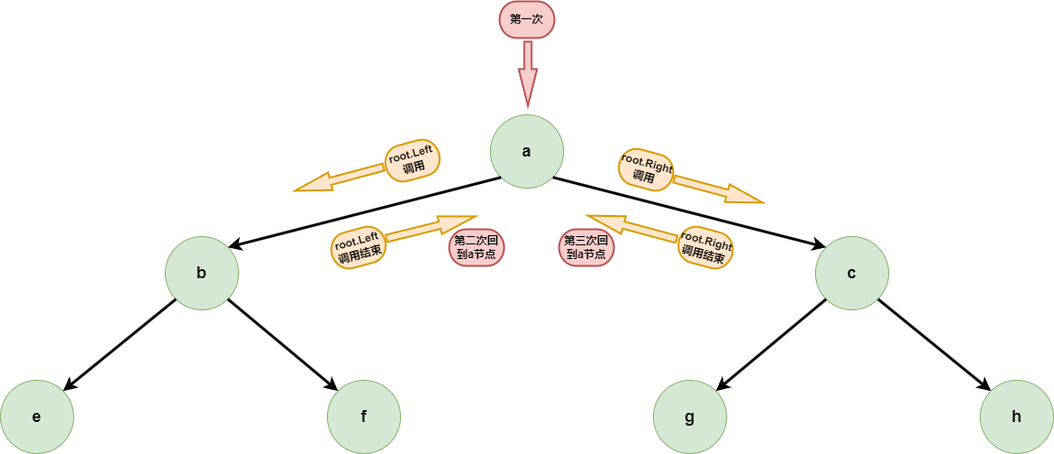
muxicode/c153080686 keeps this draw.io diagram as algrithem/g1_data_struct_binary_tree_1_recursive_traversal4.drawio.png. Above is the earlier version. Source tidied: cells renumbered, new cells last; positions are measured from the earlier drawing's top-left corner, leaving out a move shared by most shapes.
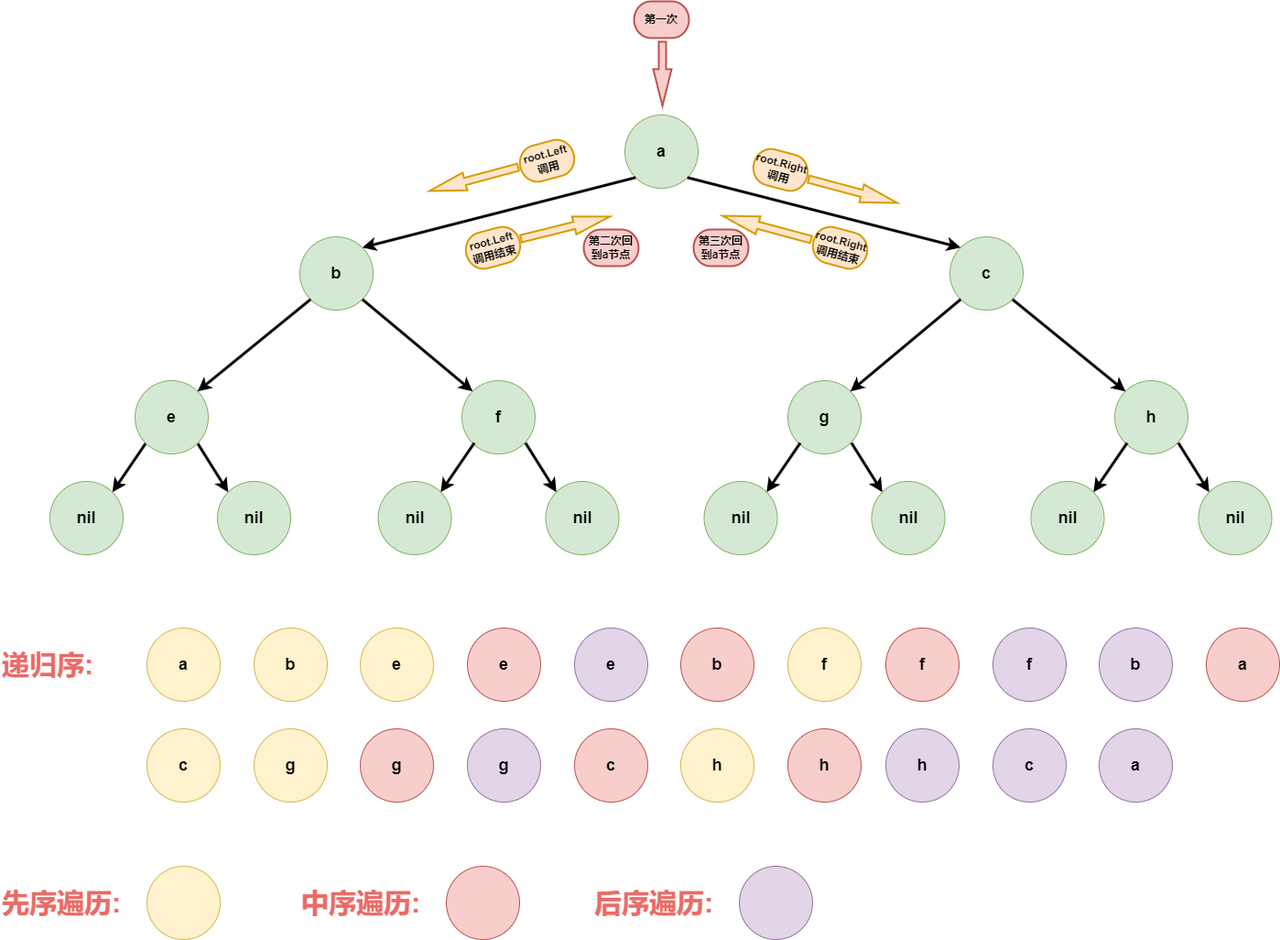
After the change.

Change to the diagram source:
```diff
@@ -26,6 +26,12 @@
     <mxCell id="9" style="rounded=0;jettySize=auto;html=1;exitX=1;exitY=1;exitDx=0;exitDy=0;entryX=0;entryY=0;entryDx=0;entryDy=0;strokeWidth=3;" parent="1" edge="1" source="5" target="8">
       <mxGeometry relative="1" as="geometry" />
     </mxCell>
+    <mxCell id="27" style="rounded=0;jettySize=auto;html=1;exitX=0;exitY=1;exitDx=0;exitDy=0;entryX=1;entryY=0;entryDx=0;entryDy=0;strokeWidth=3;" parent="1" edge="1" source="10" target="29">
+      <mxGeometry relative="1" as="geometry" />
+    </mxCell>
+    <mxCell id="28" style="rounded=0;jettySize=auto;html=1;exitX=1;exitY=1;exitDx=0;exitDy=0;entryX=0;entryY=0;entryDx=0;entryDy=0;strokeWidth=3;" parent="1" edge="1" source="10" target="30">
+      <mxGeometry relative="1" as="geometry" />
+    </mxCell>
     <mxCell id="10" value="&lt;span style=&quot;font-size: 18px;&quot;&gt;&lt;b&gt;e&lt;/b&gt;&lt;br style=&quot;font-size: 18px;&quot;&gt;&lt;/span&gt;" style="ellipse;whiteSpace=wrap;html=1;fillColor=#d5e8d4;strokeColor=#82b366;fontSize=18;" parent="1" vertex="1">
       <mxGeometry y="414" width="80" height="80" as="geometry" />
     </mxCell>
@@ -77,5 +83,158 @@
     <mxCell id="26" value="第三次回到a节点" style="strokeWidth=2;html=1;shape=mxgraph.flowchart.terminator;whiteSpace=wrap;fillColor=#f8cecc;strokeColor=#b85450;fontStyle=1;" parent="1" vertex="1">
       <mxGeometry x="610" y="249" width="60" height="40" as="geometry" />
     </mxCell>
+    <mxCell id="29" value="&lt;span style=&quot;font-size: 18px;&quot;&gt;&lt;b&gt;nil&lt;/b&gt;&lt;br style=&quot;font-size: 18px;&quot;&gt;&lt;/span&gt;" style="ellipse;whiteSpace=wrap;html=1;fillColor=#d5e8d4;strokeColor=#82b366;fontSize=18;" parent="1" vertex="1">
+      <mxGeometry x="-93" y="524" width="80" height="80" as="geometry" />
+    </mxCell>
+    <mxCell id="30" value="&lt;span style=&quot;font-size: 18px;&quot;&gt;&lt;b&gt;nil&lt;/b&gt;&lt;br style=&quot;font-size: 18px;&quot;&gt;&lt;/span&gt;" style="ellipse;whiteSpace=wrap;html=1;fillColor=#d5e8d4;strokeColor=#82b366;fontSize=18;" parent="1" vertex="1">
+      <mxGeometry x="90" y="524" width="80" height="80" as="geometry" />
+    </mxCell>
+    <mxCell id="31" style="rounded=0;jettySize=auto;html=1;exitX=0;exitY=1;exitDx=0;exitDy=0;entryX=1;entryY=0;entryDx=0;entryDy=0;strokeWidth=3;" parent="1" edge="1" target="33">
+      <mxGeometry relative="1" as="geometry">
+        <mxPoint x="370.5" y="482" as="sourcePoint" />
+      </mxGeometry>
+    </mxCell>
+    <mxCell id="32" style="rounded=0;jettySize=auto;html=1;exitX=1;exitY=1;exitDx=0;exitDy=0;entryX=0;entryY=0;entryDx=0;entryDy=0;strokeWidth=3;" parent="1" edge="1" target="34">
+      <mxGeometry relative="1" as="geometry">
+        <mxPoint x="426.5" y="482" as="sourcePoint" />
+      </mxGeometry>
+    </mxCell>
+    <mxCell id="33" value="&lt;span style=&quot;font-size: 18px;&quot;&gt;&lt;b&gt;nil&lt;/b&gt;&lt;br style=&quot;font-size: 18px;&quot;&gt;&lt;/span&gt;" style="ellipse;whiteSpace=wrap;html=1;fillColor=#d5e8d4;strokeColor=#82b366;fontSize=18;" parent="1" vertex="1">
+      <mxGeometry x="265.5" y="524" width="80" height="80" as="geometry" />
+    </mxCell>
+    <mxCell id="34" value="&lt;span style=&quot;font-size: 18px;&quot;&gt;&lt;b&gt;nil&lt;/b&gt;&lt;br style=&quot;font-size: 18px;&quot;&gt;&lt;/span&gt;" style="ellipse;whiteSpace=wrap;html=1;fillColor=#d5e8d4;strokeColor=#82b366;fontSize=18;" parent="1" vertex="1">
+      <mxGeometry x="448.5" y="524" width="80" height="80" as="geometry" />
+    </mxCell>
+    <mxCell id="35" style="rounded=0;jettySize=auto;html=1;exitX=0;exitY=1;exitDx=0;exitDy=0;entryX=1;entryY=0;entryDx=0;entryDy=0;strokeWidth=3;" parent="1" edge="1" target="37">
+      <mxGeometry relative="1" as="geometry">
+        <mxPoint x="726.5" y="482" as="sourcePoint" />
+      </mxGeometry>
+    </mxCell>
+    <mxCell id="36" style="rounded=0;jettySize=auto;html=1;exitX=1;exitY=1;exitDx=0;exitDy=0;entryX=0;entryY=0;entryDx=0;entryDy=0;strokeWidth=3;" parent="1" edge="1" target="38">
+      <mxGeometry relative="1" as="geometry">
+        <mxPoint x="782.5" y="482" as="sourcePoint" />
+      </mxGeometry>
+    </mxCell>
+    <mxCell id="37" value="&lt;span style=&quot;font-size: 18px;&quot;&gt;&lt;b&gt;nil&lt;/b&gt;&lt;br style=&quot;font-size: 18px;&quot;&gt;&lt;/span&gt;" style="ellipse;whiteSpace=wrap;html=1;fillColor=#d5e8d4;strokeColor=#82b366;fontSize=18;" parent="1" vertex="1">
+      <mxGeometry x="621.5" y="524" width="80" height="80" as="geometry" />
+    </mxCell>
+    <mxCell id="38" value="&lt;span style=&quot;font-size: 18px;&quot;&gt;&lt;b&gt;nil&lt;/b&gt;&lt;br style=&quot;font-size: 18px;&quot;&gt;&lt;/span&gt;" style="ellipse;whiteSpace=wrap;html=1;fillColor=#d5e8d4;strokeColor=#82b366;fontSize=18;" parent="1" vertex="1">
+      <mxGeometry x="804.5" y="524" width="80" height="80" as="geometry" />
+    </mxCell>
+    <mxCell id="39" style="rounded=0;jettySize=auto;html=1;exitX=0;exitY=1;exitDx=0;exitDy=0;entryX=1;entryY=0;entryDx=0;entryDy=0;strokeWidth=3;" parent="1" edge="1" target="41">
+      <mxGeometry relative="1" as="geometry">
+        <mxPoint x="1083.5" y="482" as="sourcePoint" />
+      </mxGeometry>
+    </mxCell>
+    <mxCell id="40" style="rounded=0;jettySize=auto;html=1;exitX=1;exitY=1;exitDx=0;exitDy=0;entryX=0;entryY=0;entryDx=0;entryDy=0;strokeWidth=3;" parent="1" edge="1" target="42">
+      <mxGeometry relative="1" as="geometry">
+        <mxPoint x="1139.5" y="482" as="sourcePoint" />
+      </mxGeometry>
+    </mxCell>
+    <mxCell id="41" value="&lt;span style=&quot;font-size: 18px;&quot;&gt;&lt;b&gt;nil&lt;/b&gt;&lt;br style=&quot;font-size: 18px;&quot;&gt;&lt;/span&gt;" style="ellipse;whiteSpace=wrap;html=1;fillColor=#d5e8d4;strokeColor=#82b366;fontSize=18;" parent="1" vertex="1">
+      <mxGeometry x="978.5" y="524" width="80" height="80" as="geometry" />
+    </mxCell>
+    <mxCell id="42" value="&lt;span style=&quot;font-size: 18px;&quot;&gt;&lt;b&gt;nil&lt;/b&gt;&lt;br style=&quot;font-size: 18px;&quot;&gt;&lt;/span&gt;" style="ellipse;whiteSpace=wrap;html=1;fillColor=#d5e8d4;strokeColor=#82b366;fontSize=18;" parent="1" vertex="1">
+      <mxGeometry x="1161.5" y="524" width="80" height="80" as="geometry" />
+    </mxCell>
+    <mxCell id="43" style="group;" parent="1" vertex="1">
+      <mxGeometry x="-147" y="684" width="1397" height="190" as="geometry" />
+    </mxCell>
+    <mxCell id="44" value="&lt;font size=&quot;1&quot; color=&quot;#ea6b66&quot; style=&quot;&quot;&gt;&lt;b style=&quot;font-size: 30px;&quot;&gt;递归序:&amp;nbsp;&amp;nbsp;&lt;/b&gt;&lt;/font&gt;" style="text;html=1;align=left;verticalAlign=middle;strokeColor=none;fillColor=none;fontSize=18;" parent="43" vertex="1">
+      <mxGeometry y="15" width="140" height="50" as="geometry" />
+    </mxCell>
+    <mxCell id="45" value="&lt;span style=&quot;font-size: 18px;&quot;&gt;&lt;b&gt;a&lt;/b&gt;&lt;br style=&quot;font-size: 18px;&quot;&gt;&lt;/span&gt;" style="ellipse;whiteSpace=wrap;html=1;fillColor=#fff2cc;strokeColor=#d6b656;fontSize=18;" parent="43" vertex="1">
+      <mxGeometry x="160" width="80" height="80" as="geometry" />
+    </mxCell>
+    <mxCell id="46" value="&lt;span style=&quot;font-size: 18px;&quot;&gt;&lt;b&gt;b&lt;/b&gt;&lt;br style=&quot;font-size: 18px;&quot;&gt;&lt;/span&gt;" style="ellipse;whiteSpace=wrap;html=1;fillColor=#fff2cc;strokeColor=#d6b656;fontSize=18;" parent="43" vertex="1">
+      <mxGeometry x="277" width="80" height="80" as="geometry" />
+    </mxCell>
+    <mxCell id="47" value="&lt;span style=&quot;font-size: 18px;&quot;&gt;&lt;b&gt;e&lt;/b&gt;&lt;br style=&quot;font-size: 18px;&quot;&gt;&lt;/span&gt;" style="ellipse;whiteSpace=wrap;html=1;fillColor=#fff2cc;strokeColor=#d6b656;fontSize=18;" parent="43" vertex="1">
+      <mxGeometry x="393" width="80" height="80" as="geometry" />
+    </mxCell>
+    <mxCell id="48" value="&lt;span style=&quot;font-size: 18px;&quot;&gt;&lt;b&gt;e&lt;/b&gt;&lt;br style=&quot;font-size: 18px;&quot;&gt;&lt;/span&gt;" style="ellipse;whiteSpace=wrap;html=1;fillColor=#f8cecc;strokeColor=#b85450;fontSize=18;" parent="43" vertex="1">
+      <mxGeometry x="510" width="80" height="80" as="geometry" />
+    </mxCell>
+    <mxCell id="49" value="&lt;span style=&quot;font-size: 18px;&quot;&gt;&lt;b&gt;e&lt;/b&gt;&lt;br style=&quot;font-size: 18px;&quot;&gt;&lt;/span&gt;" style="ellipse;whiteSpace=wrap;html=1;fillColor=#e1d5e7;strokeColor=#9673a6;fontSize=18;" parent="43" vertex="1">
+      <mxGeometry x="627" width="80" height="80" as="geometry" />
+    </mxCell>
+    <mxCell id="50" value="&lt;span style=&quot;font-size: 18px;&quot;&gt;&lt;b&gt;b&lt;/b&gt;&lt;br style=&quot;font-size: 18px;&quot;&gt;&lt;/span&gt;" style="ellipse;whiteSpace=wrap;html=1;fillColor=#f8cecc;strokeColor=#b85450;fontSize=18;" parent="43" vertex="1">
+      <mxGeometry x="743" width="80" height="80" as="geometry" />
+    </mxCell>
+    <mxCell id="51" value="&lt;span style=&quot;font-size: 18px;&quot;&gt;&lt;b&gt;f&lt;/b&gt;&lt;br style=&quot;font-size: 18px;&quot;&gt;&lt;/span&gt;" style="ellipse;whiteSpace=wrap;html=1;fillColor=#fff2cc;strokeColor=#d6b656;fontSize=18;" parent="43" vertex="1">
+      <mxGeometry x="860" width="80" height="80" as="geometry" />
+    </mxCell>
+    <mxCell id="52" value="&lt;span style=&quot;font-size: 18px;&quot;&gt;&lt;b&gt;f&lt;/b&gt;&lt;br style=&quot;font-size: 18px;&quot;&gt;&lt;/span&gt;" style="ellipse;whiteSpace=wrap;html=1;fillColor=#f8cecc;strokeColor=#b85450;fontSize=18;" parent="43" vertex="1">
+      <mxGeometry x="967" width="80" height="80" as="geometry" />
+    </mxCell>
+    <mxCell id="53" value="&lt;span style=&quot;font-size: 18px;&quot;&gt;&lt;b&gt;f&lt;/b&gt;&lt;br style=&quot;font-size: 18px;&quot;&gt;&lt;/span&gt;" style="ellipse;whiteSpace=wrap;html=1;fillColor=#e1d5e7;strokeColor=#9673a6;fontSize=18;" parent="43" vertex="1">
+      <mxGeometry x="1084" width="80" height="80" as="geometry" />
+    </mxCell>
+    <mxCell id="54" value="&lt;span style=&quot;font-size: 18px;&quot;&gt;&lt;b&gt;b&lt;/b&gt;&lt;br style=&quot;font-size: 18px;&quot;&gt;&lt;/span&gt;" style="ellipse;whiteSpace=wrap;html=1;fillColor=#e1d5e7;strokeColor=#9673a6;fontSize=18;" parent="43" vertex="1">
+      <mxGeometry x="1200" width="80" height="80" as="geometry" />
+    </mxCell>
+    <mxCell id="55" value="&lt;span style=&quot;font-size: 18px;&quot;&gt;&lt;b&gt;a&lt;/b&gt;&lt;br style=&quot;font-size: 18px;&quot;&gt;&lt;/span&gt;" style="ellipse;whiteSpace=wrap;html=1;fillColor=#f8cecc;strokeColor=#b85450;fontSize=18;" parent="43" vertex="1">
+      <mxGeometry x="1317" width="80" height="80" as="geometry" />
+    </mxCell>
+    <mxCell id="56" value="&lt;span style=&quot;font-size: 18px;&quot;&gt;&lt;b&gt;c&lt;/b&gt;&lt;br style=&quot;font-size: 18px;&quot;&gt;&lt;/span&gt;" style="ellipse;whiteSpace=wrap;html=1;fillColor=#fff2cc;strokeColor=#d6b656;fontSize=18;" parent="43" vertex="1">
+      <mxGeometry x="160" y="110" width="80" height="80" as="geometry" />
+    </mxCell>
+    <mxCell id="57" value="&lt;span style=&quot;font-size: 18px;&quot;&gt;&lt;b&gt;g&lt;/b&gt;&lt;br style=&quot;font-size: 18px;&quot;&gt;&lt;/span&gt;" style="ellipse;whiteSpace=wrap;html=1;fillColor=#fff2cc;strokeColor=#d6b656;fontSize=18;" parent="43" vertex="1">
+      <mxGeometry x="277" y="110" width="80" height="80" as="geometry" />
+    </mxCell>
+    <mxCell id="58" value="&lt;span style=&quot;font-size: 18px;&quot;&gt;&lt;b&gt;g&lt;/b&gt;&lt;br style=&quot;font-size: 18px;&quot;&gt;&lt;/span&gt;" style="ellipse;whiteSpace=wrap;html=1;fillColor=#f8cecc;strokeColor=#b85450;fontSize=18;" parent="43" vertex="1">
+      <mxGeometry x="393" y="110" width="80" height="80" as="geometry" />
+    </mxCell>
+    <mxCell id="59" value="&lt;span style=&quot;font-size: 18px;&quot;&gt;&lt;b&gt;g&lt;/b&gt;&lt;br style=&quot;font-size: 18px;&quot;&gt;&lt;/span&gt;" style="ellipse;whiteSpace=wrap;html=1;fillColor=#e1d5e7;strokeColor=#9673a6;fontSize=18;" parent="43" vertex="1">
+      <mxGeometry x="510" y="110" width="80" height="80" as="geometry" />
+    </mxCell>
+    <mxCell id="60" value="&lt;span style=&quot;font-size: 18px;&quot;&gt;&lt;b&gt;c&lt;/b&gt;&lt;br style=&quot;font-size: 18px;&quot;&gt;&lt;/span&gt;" style="ellipse;whiteSpace=wrap;html=1;fillColor=#f8cecc;strokeColor=#b85450;fontSize=18;" parent="43" vertex="1">
+      <mxGeometry x="627" y="110" width="80" height="80" as="geometry" />
+    </mxCell>
+    <mxCell id="61" value="&lt;span style=&quot;font-size: 18px;&quot;&gt;&lt;b&gt;h&lt;/b&gt;&lt;br style=&quot;font-size: 18px;&quot;&gt;&lt;/span&gt;" style="ellipse;whiteSpace=wrap;html=1;fillColor=#fff2cc;strokeColor=#d6b656;fontSize=18;" parent="43" vertex="1">
+      <mxGeometry x="743" y="110" width="80" height="80" as="geometry" />
+    </mxCell>
+    <mxCell id="62" value="&lt;span style=&quot;font-size: 18px;&quot;&gt;&lt;b&gt;h&lt;/b&gt;&lt;br style=&quot;font-size: 18px;&quot;&gt;&lt;/span&gt;" style="ellipse;whiteSpace=wrap;html=1;fillColor=#f8cecc;strokeColor=#b85450;fontSize=18;" parent="43" vertex="1">
+      <mxGeometry x="860" y="110" width="80" height="80" as="geometry" />
+    </mxCell>
+    <mxCell id="63" value="&lt;span style=&quot;font-size: 18px;&quot;&gt;&lt;b&gt;h&lt;/b&gt;&lt;br style=&quot;font-size: 18px;&quot;&gt;&lt;/span&gt;" style="ellipse;whiteSpace=wrap;html=1;fillColor=#e1d5e7;strokeColor=#9673a6;fontSize=18;" parent="43" vertex="1">
+      <mxGeometry x="967" y="110" width="80" height="80" as="geometry" />
+    </mxCell>
+    <mxCell id="64" value="&lt;span style=&quot;font-size: 18px;&quot;&gt;&lt;b&gt;c&lt;/b&gt;&lt;br style=&quot;font-size: 18px;&quot;&gt;&lt;/span&gt;" style="ellipse;whiteSpace=wrap;html=1;fillColor=#e1d5e7;strokeColor=#9673a6;fontSize=18;" parent="43" vertex="1">
+      <mxGeometry x="1084" y="110" width="80" height="80" as="geometry" />
+    </mxCell>
+    <mxCell id="65" value="&lt;span style=&quot;font-size: 18px;&quot;&gt;&lt;b&gt;a&lt;/b&gt;&lt;br style=&quot;font-size: 18px;&quot;&gt;&lt;/span&gt;" style="ellipse;whiteSpace=wrap;html=1;fillColor=#e1d5e7;strokeColor=#9673a6;fontSize=18;" parent="43" vertex="1">
+      <mxGeometry x="1200" y="110" width="80" height="80" as="geometry" />
+    </mxCell>
+    <mxCell id="66" style="group;" parent="1" vertex="1">
+      <mxGeometry x="-147" y="944" width="887" height="80" as="geometry" />
+    </mxCell>
+    <mxCell id="67" style="group;" parent="66" vertex="1">
+      <mxGeometry width="240" height="80" as="geometry" />
+    </mxCell>
+    <mxCell id="68" value="&lt;font size=&quot;1&quot; color=&quot;#ea6b66&quot; style=&quot;&quot;&gt;&lt;b style=&quot;font-size: 30px;&quot;&gt;先序遍历:&amp;nbsp;&amp;nbsp;&lt;/b&gt;&lt;/font&gt;" style="text;html=1;align=left;verticalAlign=middle;strokeColor=none;fillColor=none;fontSize=18;" parent="67" vertex="1">
+      <mxGeometry y="15" width="170" height="50" as="geometry" />
+    </mxCell>
+    <mxCell id="69" value="&lt;span style=&quot;font-size: 18px;&quot;&gt;&lt;br style=&quot;font-size: 18px;&quot;&gt;&lt;/span&gt;" style="ellipse;whiteSpace=wrap;html=1;fillColor=#fff2cc;strokeColor=#d6b656;fontSize=18;" parent="67" vertex="1">
+      <mxGeometry x="160" width="80" height="80" as="geometry" />
+    </mxCell>
+    <mxCell id="70" style="group;" parent="66" vertex="1">
+      <mxGeometry x="327" width="240" height="80" as="geometry" />
+    </mxCell>
+    <mxCell id="71" value="&lt;font size=&quot;1&quot; color=&quot;#ea6b66&quot; style=&quot;&quot;&gt;&lt;b style=&quot;font-size: 30px;&quot;&gt;中序遍历:&amp;nbsp;&amp;nbsp;&lt;/b&gt;&lt;/font&gt;" style="text;html=1;align=left;verticalAlign=middle;strokeColor=none;fillColor=none;fontSize=18;" parent="70" vertex="1">
+      <mxGeometry y="15" width="170" height="50" as="geometry" />
+    </mxCell>
+    <mxCell id="72" value="&lt;span style=&quot;font-size: 18px;&quot;&gt;&lt;br style=&quot;font-size: 18px;&quot;&gt;&lt;/span&gt;" style="ellipse;whiteSpace=wrap;html=1;fillColor=#f8cecc;strokeColor=#b85450;fontSize=18;" parent="70" vertex="1">
+      <mxGeometry x="160" width="80" height="80" as="geometry" />
+    </mxCell>
+    <mxCell id="73" style="group;" parent="66" vertex="1">
+      <mxGeometry x="647" width="240" height="80" as="geometry" />
+    </mxCell>
+    <mxCell id="74" value="&lt;font size=&quot;1&quot; color=&quot;#ea6b66&quot; style=&quot;&quot;&gt;&lt;b style=&quot;font-size: 30px;&quot;&gt;后序遍历:&amp;nbsp;&amp;nbsp;&lt;/b&gt;&lt;/font&gt;" style="text;html=1;align=left;verticalAlign=middle;strokeColor=none;fillColor=none;fontSize=18;" parent="73" vertex="1">
+      <mxGeometry y="15" width="170" height="50" as="geometry" />
+    </mxCell>
+    <mxCell id="75" value="&lt;span style=&quot;font-size: 18px;&quot;&gt;&lt;br style=&quot;font-size: 18px;&quot;&gt;&lt;/span&gt;" style="ellipse;whiteSpace=wrap;html=1;fillColor=#e1d5e7;strokeColor=#9673a6;fontSize=18;" parent="73" vertex="1">
+      <mxGeometry x="160" width="80" height="80" as="geometry" />
+    </mxCell>
   </root>
 </mxGraphModel>
```
